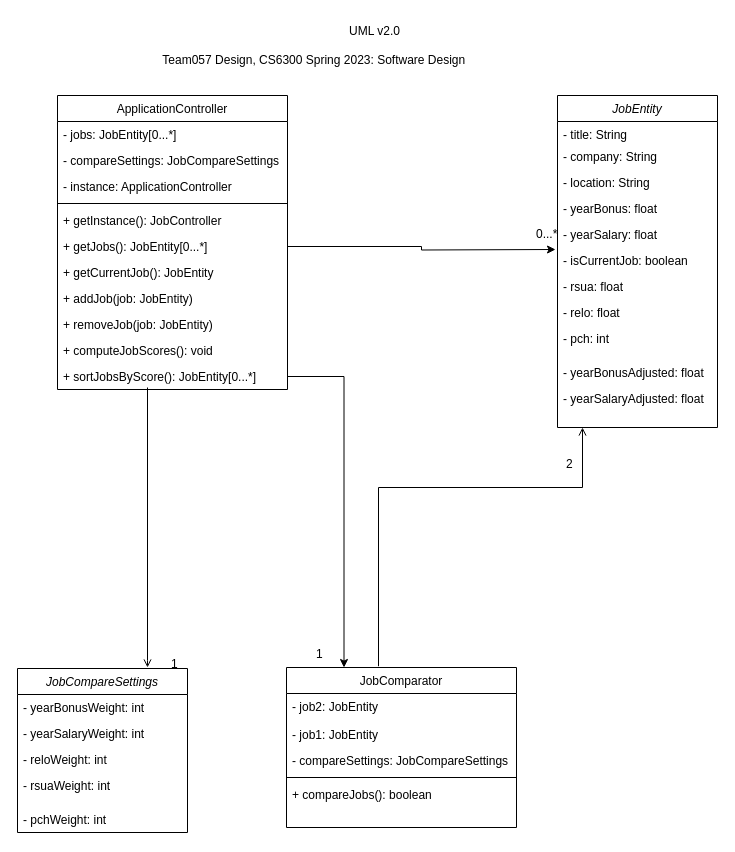
This is GroupProject/Design-Team/app_design.drawio from cheny-414/JobCompareApp, a draw.io file, before an edit. Source tidied: cells renumbered, new cells numbered last; positions are measured from the earlier drawing's top-left corner, leaving out a move shared by most shapes. Both pictures are drawn from the tidied source at 100%, with x=0, y=0 at pixel (17, 17).
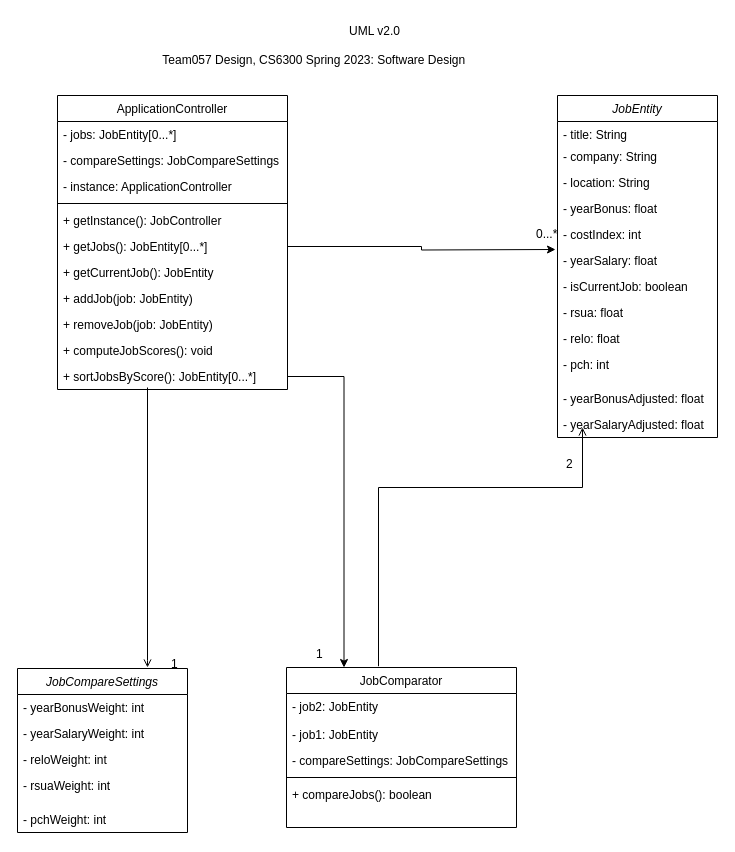
Above is the later version.

The edit, as a diff of the source:
```diff
@@
     <mxCell id="2" value="JobEntity" style="swimlane;fontStyle=2;align=center;verticalAlign=top;horizontal=1;startSize=26;rounded=0;shadow=0;strokeWidth=1;" parent="1" vertex="1">
-      <mxGeometry x="540" y="78" width="160" height="332" as="geometry" />
+      <mxGeometry x="540" y="78" width="160" height="342" as="geometry" />
     </mxCell>
@@
+    <mxCell id="52" value="- costIndex: int" style="text;align=left;verticalAlign=top;spacingLeft=4;spacingRight=4;overflow=hidden;" parent="2" vertex="1">
+      <mxGeometry y="126" width="160" height="26" as="geometry" />
+    </mxCell>
     <mxCell id="7" value="- yearSalary: float" style="text;align=left;verticalAlign=top;spacingLeft=4;spacingRight=4;overflow=hidden;" parent="2" vertex="1">
-      <mxGeometry y="126" width="160" height="26" as="geometry" />
+      <mxGeometry y="152" width="160" height="26" as="geometry" />
     </mxCell>
     <mxCell id="8" value="- isCurrentJob: boolean" style="text;align=left;verticalAlign=top;spacingLeft=4;spacingRight=4;overflow=hidden;" parent="2" vertex="1">
-      <mxGeometry y="152" width="160" height="26" as="geometry" />
+      <mxGeometry y="178" width="160" height="26" as="geometry" />
     </mxCell>
     <mxCell id="9" value="- rsua: float" style="text;align=left;verticalAlign=top;spacingLeft=4;spacingRight=4;overflow=hidden;" parent="2" vertex="1">
-      <mxGeometry y="178" width="160" height="26" as="geometry" />
+      <mxGeometry y="204" width="160" height="26" as="geometry" />
     </mxCell>
     <mxCell id="10" value="- relo: float" style="text;align=left;verticalAlign=top;spacingLeft=4;spacingRight=4;overflow=hidden;" parent="2" vertex="1">
-      <mxGeometry y="204" width="160" height="26" as="geometry" />
+      <mxGeometry y="230" width="160" height="26" as="geometry" />
     </mxCell>
     <mxCell id="11" style="line;html=1;strokeWidth=1;align=left;verticalAlign=middle;spacingTop=-1;spacingLeft=3;spacingRight=3;labelPosition=right;" parent="2" vertex="1">
-      <mxGeometry y="230" width="160" as="geometry" />
+      <mxGeometry y="256" width="160" as="geometry" />
     </mxCell>
     <mxCell id="12" value="- pch: int" style="text;align=left;verticalAlign=top;spacingLeft=4;spacingRight=4;overflow=hidden;rounded=0;shadow=0;html=0;" parent="2" vertex="1">
-      <mxGeometry y="230" width="160" height="34" as="geometry" />
+      <mxGeometry y="256" width="160" height="34" as="geometry" />
     </mxCell>
     <mxCell id="13" value="- yearBonusAdjusted: float" style="text;align=left;verticalAlign=top;spacingLeft=4;spacingRight=4;overflow=hidden;" parent="2" vertex="1">
-      <mxGeometry y="264" width="160" height="26" as="geometry" />
+      <mxGeometry y="290" width="160" height="26" as="geometry" />
     </mxCell>
     <mxCell id="14" value="- yearSalaryAdjusted: float" style="text;align=left;verticalAlign=top;spacingLeft=4;spacingRight=4;overflow=hidden;" parent="2" vertex="1">
-      <mxGeometry y="290" width="160" height="26" as="geometry" />
+      <mxGeometry y="316" width="160" height="26" as="geometry" />
     </mxCell>
```
